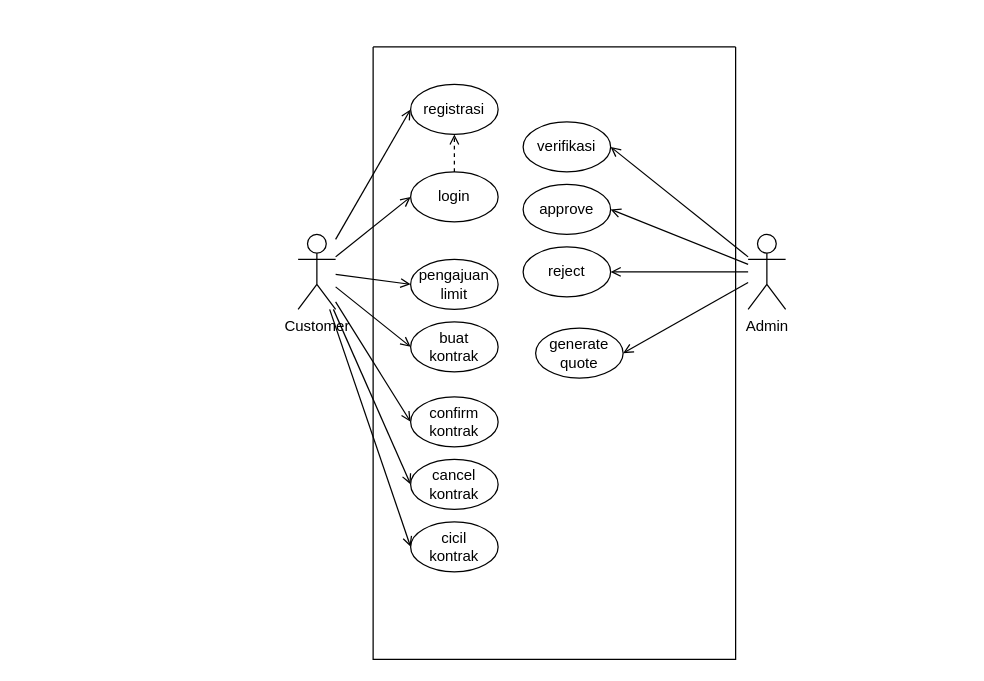
Above: page "use case" (1 of 5) of docs/docs.drawio in skyespirates/sikmatek (draw.io), before the change. Source tidied: cells renumbered, new cells numbered last; positions are measured from the earlier drawing's top-left corner, leaving out a move shared by most shapes. Both pictures are drawn from the tidied source at 125%, with x=0, y=0 at pixel (298, 46).
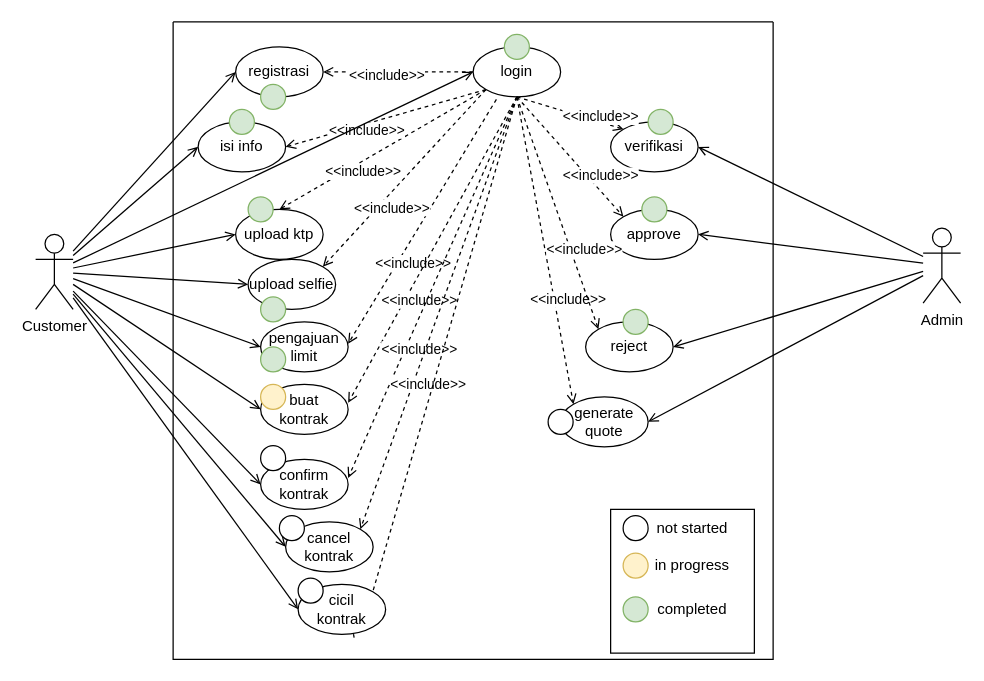
After the change.

What changed in the source:
```diff
@@
+    <mxCell id="10" style="swimlane;startSize=0;" parent="1" vertex="1">
+      <mxGeometry x="-100" y="-20" width="480" height="510" as="geometry" />
+    </mxCell>
+    <mxCell id="11" value="registrasi" style="ellipse;whiteSpace=wrap;html=1;" parent="10" vertex="1">
+      <mxGeometry x="50" y="20" width="70" height="40" as="geometry" />
+    </mxCell>
+    <mxCell id="12" value="pengajuan&lt;br&gt;limit" style="ellipse;whiteSpace=wrap;html=1;" parent="10" vertex="1">
+      <mxGeometry x="70" y="240" width="70" height="40" as="geometry" />
+    </mxCell>
+    <mxCell id="13" value="buat&lt;br&gt;kontrak" style="ellipse;whiteSpace=wrap;html=1;" parent="10" vertex="1">
+      <mxGeometry x="70" y="290" width="70" height="40" as="geometry" />
+    </mxCell>
+    <mxCell id="14" value="verifikasi" style="ellipse;whiteSpace=wrap;html=1;" parent="10" vertex="1">
+      <mxGeometry x="350" y="80" width="70" height="40" as="geometry" />
+    </mxCell>
+    <mxCell id="16" style="edgeStyle=none;rounded=0;jettySize=auto;html=1;endArrow=open;endFill=0;dashed=1;" parent="10" edge="1" source="17" target="11">
+      <mxGeometry relative="1" as="geometry" />
+    </mxCell>
+    <mxCell id="28" value="&amp;lt;&amp;lt;include&amp;gt;&amp;gt;" style="edgeLabel;html=1;align=center;verticalAlign=middle;" parent="16" vertex="1">
+      <mxGeometry x="0.32" y="2" relative="1" as="geometry">
+        <mxPoint x="9" as="offset" />
+      </mxGeometry>
+    </mxCell>
+    <mxCell id="17" value="login" style="ellipse;whiteSpace=wrap;html=1;" parent="10" vertex="1">
+      <mxGeometry x="240" y="20" width="70" height="40" as="geometry" />
+    </mxCell>
+    <mxCell id="18" value="reject" style="ellipse;whiteSpace=wrap;html=1;" parent="10" vertex="1">
+      <mxGeometry x="330" y="240" width="70" height="40" as="geometry" />
+    </mxCell>
+    <mxCell id="19" value="generate&lt;br&gt;quote" style="ellipse;whiteSpace=wrap;html=1;" parent="10" vertex="1">
+      <mxGeometry x="310" y="300" width="70" height="40" as="geometry" />
+    </mxCell>
+    <mxCell id="20" value="confirm kontrak" style="ellipse;whiteSpace=wrap;html=1;" parent="10" vertex="1">
+      <mxGeometry x="70" y="350" width="70" height="40" as="geometry" />
+    </mxCell>
+    <mxCell id="21" value="cancel kontrak" style="ellipse;whiteSpace=wrap;html=1;" parent="10" vertex="1">
+      <mxGeometry x="90" y="400" width="70" height="40" as="geometry" />
+    </mxCell>
+    <mxCell id="29" value="upload ktp" style="ellipse;whiteSpace=wrap;html=1;" parent="10" vertex="1">
+      <mxGeometry x="50" y="150" width="70" height="40" as="geometry" />
+    </mxCell>
+    <mxCell id="30" style="edgeStyle=none;rounded=0;jettySize=auto;html=1;endArrow=open;endFill=0;dashed=1;exitX=0;exitY=1;exitDx=0;exitDy=0;entryX=0.5;entryY=0;entryDx=0;entryDy=0;" parent="10" edge="1" source="17" target="29">
+      <mxGeometry relative="1" as="geometry" />
+    </mxCell>
+    <mxCell id="31" value="&amp;lt;&amp;lt;include&amp;gt;&amp;gt;" style="edgeLabel;html=1;align=center;verticalAlign=middle;" parent="30" vertex="1">
+      <mxGeometry x="0.32" y="2" relative="1" as="geometry">
+        <mxPoint x="9" as="offset" />
+      </mxGeometry>
+    </mxCell>
+    <mxCell id="32" style="edgeStyle=none;rounded=0;jettySize=auto;html=1;endArrow=open;endFill=0;dashed=1;exitX=0.266;exitY=1.05;exitDx=0;exitDy=0;entryX=0.5;entryY=0;entryDx=0;entryDy=0;exitPerimeter=0;" parent="10" edge="1" source="17">
+      <mxGeometry relative="1" as="geometry">
+        <mxPoint x="140" y="257.5" as="targetPoint" />
+      </mxGeometry>
+    </mxCell>
+    <mxCell id="33" value="&amp;lt;&amp;lt;include&amp;gt;&amp;gt;" style="edgeLabel;html=1;align=center;verticalAlign=middle;" parent="32" vertex="1">
+      <mxGeometry x="0.32" y="2" relative="1" as="geometry">
+        <mxPoint x="9" as="offset" />
+      </mxGeometry>
+    </mxCell>
+    <mxCell id="34" style="edgeStyle=none;rounded=0;jettySize=auto;html=1;endArrow=open;endFill=0;dashed=1;exitX=0.5;exitY=1;exitDx=0;exitDy=0;entryX=0.5;entryY=0;entryDx=0;entryDy=0;" parent="10" edge="1" source="17">
+      <mxGeometry relative="1" as="geometry">
+        <mxPoint x="140" y="304.8" as="targetPoint" />
+      </mxGeometry>
+    </mxCell>
+    <mxCell id="35" value="&amp;lt;&amp;lt;include&amp;gt;&amp;gt;" style="edgeLabel;html=1;align=center;verticalAlign=middle;" parent="34" vertex="1">
+      <mxGeometry x="0.32" y="2" relative="1" as="geometry">
+        <mxPoint x="9" as="offset" />
+      </mxGeometry>
+    </mxCell>
+    <mxCell id="36" style="edgeStyle=none;rounded=0;jettySize=auto;html=1;endArrow=open;endFill=0;dashed=1;exitX=0.5;exitY=1;exitDx=0;exitDy=0;entryX=0.5;entryY=0;entryDx=0;entryDy=0;" parent="10" edge="1" source="17">
+      <mxGeometry relative="1" as="geometry">
+        <mxPoint x="140" y="364.8" as="targetPoint" />
+      </mxGeometry>
+    </mxCell>
+    <mxCell id="37" value="&amp;lt;&amp;lt;include&amp;gt;&amp;gt;" style="edgeLabel;html=1;align=center;verticalAlign=middle;" parent="36" vertex="1">
+      <mxGeometry x="0.32" y="2" relative="1" as="geometry">
+        <mxPoint x="9" as="offset" />
+      </mxGeometry>
+    </mxCell>
+    <mxCell id="38" style="edgeStyle=none;rounded=0;jettySize=auto;html=1;endArrow=open;endFill=0;dashed=1;exitX=0.5;exitY=1;exitDx=0;exitDy=0;entryX=1;entryY=0;entryDx=0;entryDy=0;" parent="10" edge="1" source="17" target="21">
+      <mxGeometry relative="1" as="geometry" />
+    </mxCell>
+    <mxCell id="39" value="&amp;lt;&amp;lt;include&amp;gt;&amp;gt;" style="edgeLabel;html=1;align=center;verticalAlign=middle;" parent="38" vertex="1">
+      <mxGeometry x="0.32" y="2" relative="1" as="geometry">
+        <mxPoint x="9" as="offset" />
+      </mxGeometry>
+    </mxCell>
+    <mxCell id="40" style="edgeStyle=none;rounded=0;jettySize=auto;html=1;endArrow=open;endFill=0;dashed=1;exitX=0.64;exitY=1.067;exitDx=0;exitDy=0;entryX=0.5;entryY=0;entryDx=0;entryDy=0;exitPerimeter=0;startArrow=none;" parent="10" edge="1" source="22">
+      <mxGeometry relative="1" as="geometry">
+        <mxPoint x="140" y="464.8" as="targetPoint" />
+      </mxGeometry>
+    </mxCell>
+    <mxCell id="22" value="cicil&lt;br&gt;kontrak" style="ellipse;whiteSpace=wrap;html=1;" parent="10" vertex="1">
+      <mxGeometry x="100" y="450" width="70" height="40" as="geometry" />
+    </mxCell>
+    <mxCell id="41" style="edgeStyle=none;rounded=0;jettySize=auto;html=1;endArrow=none;endFill=0;dashed=1;exitX=0.5;exitY=1;exitDx=0;exitDy=0;entryX=1;entryY=0;entryDx=0;entryDy=0;" parent="10" edge="1" source="17" target="22">
+      <mxGeometry relative="1" as="geometry" />
+    </mxCell>
+    <mxCell id="42" style="edgeStyle=none;rounded=0;jettySize=auto;html=1;endArrow=open;endFill=0;dashed=1;exitX=0.5;exitY=1;exitDx=0;exitDy=0;entryX=0;entryY=0;entryDx=0;entryDy=0;" parent="10" edge="1" source="17" target="14">
+      <mxGeometry relative="1" as="geometry" />
+    </mxCell>
+    <mxCell id="43" value="&amp;lt;&amp;lt;include&amp;gt;&amp;gt;" style="edgeLabel;html=1;align=center;verticalAlign=middle;" parent="42" vertex="1">
+      <mxGeometry x="0.32" y="2" relative="1" as="geometry">
+        <mxPoint x="9" as="offset" />
+      </mxGeometry>
+    </mxCell>
+    <mxCell id="44" style="edgeStyle=none;rounded=0;jettySize=auto;html=1;endArrow=open;endFill=0;dashed=1;entryX=0;entryY=0;entryDx=0;entryDy=0;exitX=0.5;exitY=1;exitDx=0;exitDy=0;" parent="10" edge="1" source="17" target="15">
+      <mxGeometry relative="1" as="geometry" />
+    </mxCell>
+    <mxCell id="45" value="&amp;lt;&amp;lt;include&amp;gt;&amp;gt;" style="edgeLabel;html=1;align=center;verticalAlign=middle;" parent="44" vertex="1">
+      <mxGeometry x="0.32" y="2" relative="1" as="geometry">
+        <mxPoint x="9" as="offset" />
+      </mxGeometry>
+    </mxCell>
+    <mxCell id="46" style="edgeStyle=none;rounded=0;jettySize=auto;html=1;endArrow=open;endFill=0;dashed=1;entryX=0;entryY=0;entryDx=0;entryDy=0;exitX=0.5;exitY=1;exitDx=0;exitDy=0;" parent="10" edge="1" source="17" target="19">
+      <mxGeometry relative="1" as="geometry" />
+    </mxCell>
+    <mxCell id="47" value="&amp;lt;&amp;lt;include&amp;gt;&amp;gt;" style="edgeLabel;html=1;align=center;verticalAlign=middle;" parent="46" vertex="1">
+      <mxGeometry x="0.32" y="2" relative="1" as="geometry">
+        <mxPoint x="9" as="offset" />
+      </mxGeometry>
+    </mxCell>
+    <mxCell id="15" value="approve" style="ellipse;whiteSpace=wrap;html=1;" parent="10" vertex="1">
+      <mxGeometry x="350" y="150" width="70" height="40" as="geometry" />
+    </mxCell>
+    <mxCell id="48" style="edgeStyle=none;rounded=0;jettySize=auto;html=1;endArrow=open;endFill=0;dashed=1;entryX=0;entryY=0;entryDx=0;entryDy=0;exitX=0.5;exitY=1;exitDx=0;exitDy=0;" parent="10" edge="1" source="17" target="18">
+      <mxGeometry relative="1" as="geometry" />
+    </mxCell>
+    <mxCell id="49" value="&amp;lt;&amp;lt;include&amp;gt;&amp;gt;" style="edgeLabel;html=1;align=center;verticalAlign=middle;" parent="48" vertex="1">
+      <mxGeometry x="0.32" y="2" relative="1" as="geometry">
+        <mxPoint x="9" as="offset" />
+      </mxGeometry>
+    </mxCell>
+    <mxCell id="50" value="upload selfie" style="ellipse;whiteSpace=wrap;html=1;" parent="10" vertex="1">
+      <mxGeometry x="60" y="190" width="70" height="40" as="geometry" />
+    </mxCell>
+    <mxCell id="51" style="edgeStyle=none;rounded=0;jettySize=auto;html=1;endArrow=open;endFill=0;dashed=1;exitX=0;exitY=1;exitDx=0;exitDy=0;entryX=1;entryY=0;entryDx=0;entryDy=0;" parent="10" edge="1" source="17" target="50">
+      <mxGeometry relative="1" as="geometry" />
+    </mxCell>
+    <mxCell id="52" value="&amp;lt;&amp;lt;include&amp;gt;&amp;gt;" style="edgeLabel;html=1;align=center;verticalAlign=middle;" parent="51" vertex="1">
+      <mxGeometry x="0.32" y="2" relative="1" as="geometry">
+        <mxPoint x="9" as="offset" />
+      </mxGeometry>
+    </mxCell>
+    <mxCell id="53" style="ellipse;whiteSpace=wrap;html=1;fillColor=#d5e8d4;strokeColor=#82b366;" parent="10" vertex="1">
+      <mxGeometry x="70" y="50" width="20" height="20" as="geometry" />
+    </mxCell>
+    <mxCell id="54" style="ellipse;whiteSpace=wrap;html=1;fillColor=#d5e8d4;strokeColor=#82b366;" parent="10" vertex="1">
+      <mxGeometry x="265" y="10" width="20" height="20" as="geometry" />
+    </mxCell>
+    <mxCell id="55" style="ellipse;whiteSpace=wrap;html=1;fillColor=#d5e8d4;strokeColor=#82b366;" parent="10" vertex="1">
+      <mxGeometry x="360" y="230" width="20" height="20" as="geometry" />
+    </mxCell>
+    <mxCell id="56" style="ellipse;whiteSpace=wrap;html=1;fillColor=#d5e8d4;strokeColor=#82b366;" parent="10" vertex="1">
+      <mxGeometry x="375" y="140" width="20" height="20" as="geometry" />
+    </mxCell>
+    <mxCell id="57" style="ellipse;whiteSpace=wrap;html=1;fillColor=#d5e8d4;strokeColor=#82b366;" parent="10" vertex="1">
+      <mxGeometry x="70" y="260" width="20" height="20" as="geometry" />
+    </mxCell>
+    <mxCell id="58" value="isi info" style="ellipse;whiteSpace=wrap;html=1;" parent="10" vertex="1">
+      <mxGeometry x="20" y="80" width="70" height="40" as="geometry" />
+    </mxCell>
+    <mxCell id="59" style="edgeStyle=none;rounded=0;jettySize=auto;html=1;endArrow=open;endFill=0;dashed=1;entryX=1;entryY=0.5;entryDx=0;entryDy=0;exitX=0;exitY=1;exitDx=0;exitDy=0;" parent="10" edge="1" source="17" target="58">
+      <mxGeometry relative="1" as="geometry" />
+    </mxCell>
+    <mxCell id="60" value="&amp;lt;&amp;lt;include&amp;gt;&amp;gt;" style="edgeLabel;html=1;align=center;verticalAlign=middle;" parent="59" vertex="1">
+      <mxGeometry x="0.32" y="2" relative="1" as="geometry">
+        <mxPoint x="9" as="offset" />
+      </mxGeometry>
+    </mxCell>
+    <mxCell id="61" style="ellipse;whiteSpace=wrap;html=1;fillColor=#d5e8d4;strokeColor=#82b366;" parent="10" vertex="1">
+      <mxGeometry x="60" y="140" width="20" height="20" as="geometry" />
+    </mxCell>
+    <mxCell id="62" style="ellipse;whiteSpace=wrap;html=1;fillColor=#d5e8d4;strokeColor=#82b366;" parent="10" vertex="1">
+      <mxGeometry x="70" y="220" width="20" height="20" as="geometry" />
+    </mxCell>
+    <mxCell id="63" style="ellipse;whiteSpace=wrap;html=1;fillColor=#d5e8d4;strokeColor=#82b366;" parent="10" vertex="1">
+      <mxGeometry x="45" y="70" width="20" height="20" as="geometry" />
+    </mxCell>
+    <mxCell id="64" style="ellipse;whiteSpace=wrap;html=1;fillColor=#d5e8d4;strokeColor=#82b366;" parent="10" vertex="1">
+      <mxGeometry x="380" y="70" width="20" height="20" as="geometry" />
+    </mxCell>
+    <mxCell id="65" style="ellipse;whiteSpace=wrap;html=1;fillColor=#fff2cc;strokeColor=#d6b656;" parent="10" vertex="1">
+      <mxGeometry x="70" y="290" width="20" height="20" as="geometry" />
+    </mxCell>
+    <mxCell id="66" style="ellipse;whiteSpace=wrap;html=1;" parent="10" vertex="1">
+      <mxGeometry x="70" y="339" width="20" height="20" as="geometry" />
+    </mxCell>
+    <mxCell id="67" style="ellipse;whiteSpace=wrap;html=1;" parent="10" vertex="1">
+      <mxGeometry x="85" y="395" width="20" height="20" as="geometry" />
+    </mxCell>
+    <mxCell id="68" style="ellipse;whiteSpace=wrap;html=1;" parent="10" vertex="1">
+      <mxGeometry x="100" y="445" width="20" height="20" as="geometry" />
+    </mxCell>
+    <mxCell id="69" style="ellipse;whiteSpace=wrap;html=1;" parent="10" vertex="1">
+      <mxGeometry x="300" y="310" width="20" height="20" as="geometry" />
+    </mxCell>
+    <mxCell id="70" style="whiteSpace=wrap;html=1;" parent="10" vertex="1">
+      <mxGeometry x="350" y="390" width="115" height="115" as="geometry" />
+    </mxCell>
+    <mxCell id="71" style="ellipse;whiteSpace=wrap;html=1;" parent="10" vertex="1">
+      <mxGeometry x="360" y="395" width="20" height="20" as="geometry" />
+    </mxCell>
+    <mxCell id="72" value="not started" style="text;html=1;align=center;verticalAlign=middle;strokeColor=none;fillColor=none;" parent="10" vertex="1">
+      <mxGeometry x="380" y="395" width="70" height="20" as="geometry" />
+    </mxCell>
+    <mxCell id="73" style="ellipse;whiteSpace=wrap;html=1;fillColor=#fff2cc;strokeColor=#d6b656;" parent="10" vertex="1">
+      <mxGeometry x="360" y="425" width="20" height="20" as="geometry" />
+    </mxCell>
+    <mxCell id="74" value="in progress" style="text;html=1;align=center;verticalAlign=middle;strokeColor=none;fillColor=none;" parent="10" vertex="1">
+      <mxGeometry x="380" y="425" width="70" height="20" as="geometry" />
+    </mxCell>
+    <mxCell id="75" style="ellipse;whiteSpace=wrap;html=1;fillColor=#d5e8d4;strokeColor=#82b366;" parent="10" vertex="1">
+      <mxGeometry x="360" y="460" width="20" height="20" as="geometry" />
+    </mxCell>
+    <mxCell id="76" value="completed" style="text;html=1;align=center;verticalAlign=middle;strokeColor=none;fillColor=none;" parent="10" vertex="1">
+      <mxGeometry x="380" y="460" width="70" height="20" as="geometry" />
+    </mxCell>
@@
+    <mxCell id="77" style="edgeStyle=none;rounded=0;jettySize=auto;html=1;entryX=0;entryY=0.5;entryDx=0;entryDy=0;endArrow=open;endFill=0;" parent="1" edge="1" source="9" target="29">
+      <mxGeometry relative="1" as="geometry" />
+    </mxCell>
+    <mxCell id="78" style="edgeStyle=none;rounded=0;jettySize=auto;html=1;entryX=0;entryY=0.5;entryDx=0;entryDy=0;endArrow=open;endFill=0;" parent="1" edge="1" source="9" target="50">
+      <mxGeometry relative="1" as="geometry" />
+    </mxCell>
+    <mxCell id="79" style="rounded=0;jettySize=auto;html=1;entryX=0;entryY=0.5;entryDx=0;entryDy=0;endArrow=open;endFill=0;" parent="1" edge="1" source="9" target="58">
+      <mxGeometry relative="1" as="geometry" />
+    </mxCell>
     <mxCell id="9" value="Customer" style="shape=umlActor;verticalLabelPosition=bottom;verticalAlign=top;html=1;" parent="1" vertex="1">
-      <mxGeometry y="150" width="30" height="60" as="geometry" />
+      <mxGeometry x="-210" y="150" width="30" height="60" as="geometry" />
     </mxCell>
-    <mxCell id="10" style="swimlane;startSize=0;" parent="1" vertex="1">
-      <mxGeometry x="60" width="290" height="490" as="geometry" />
-    </mxCell>
-    <mxCell id="11" value="registrasi" style="ellipse;whiteSpace=wrap;html=1;" parent="10" vertex="1">
-      <mxGeometry x="30" y="30" width="70" height="40" as="geometry" />
-    </mxCell>
-    <mxCell id="12" value="pengajuan&lt;br&gt;limit" style="ellipse;whiteSpace=wrap;html=1;" parent="10" vertex="1">
-      <mxGeometry x="30" y="170" width="70" height="40" as="geometry" />
-    </mxCell>
-    <mxCell id="13" value="buat&lt;br&gt;kontrak" style="ellipse;whiteSpace=wrap;html=1;" parent="10" vertex="1">
-      <mxGeometry x="30" y="220" width="70" height="40" as="geometry" />
-    </mxCell>
-    <mxCell id="14" value="verifikasi" style="ellipse;whiteSpace=wrap;html=1;" parent="10" vertex="1">
-      <mxGeometry x="120" y="60" width="70" height="40" as="geometry" />
-    </mxCell>
-    <mxCell id="15" value="approve" style="ellipse;whiteSpace=wrap;html=1;" parent="10" vertex="1">
-      <mxGeometry x="120" y="110" width="70" height="40" as="geometry" />
-    </mxCell>
-    <mxCell id="16" style="edgeStyle=none;rounded=0;jettySize=auto;html=1;endArrow=open;endFill=0;dashed=1;" parent="10" edge="1" source="17" target="11">
-      <mxGeometry relative="1" as="geometry" />
-    </mxCell>
-    <mxCell id="17" value="login" style="ellipse;whiteSpace=wrap;html=1;" parent="10" vertex="1">
-      <mxGeometry x="30" y="100" width="70" height="40" as="geometry" />
-    </mxCell>
-    <mxCell id="18" value="reject" style="ellipse;whiteSpace=wrap;html=1;" parent="10" vertex="1">
-      <mxGeometry x="120" y="160" width="70" height="40" as="geometry" />
-    </mxCell>
-    <mxCell id="19" value="generate&lt;br&gt;quote" style="ellipse;whiteSpace=wrap;html=1;" parent="10" vertex="1">
-      <mxGeometry x="130" y="225" width="70" height="40" as="geometry" />
-    </mxCell>
-    <mxCell id="20" value="confirm kontrak" style="ellipse;whiteSpace=wrap;html=1;" parent="10" vertex="1">
-      <mxGeometry x="30" y="280" width="70" height="40" as="geometry" />
-    </mxCell>
-    <mxCell id="21" value="cancel kontrak" style="ellipse;whiteSpace=wrap;html=1;" parent="10" vertex="1">
-      <mxGeometry x="30" y="330" width="70" height="40" as="geometry" />
-    </mxCell>
-    <mxCell id="22" value="cicil&lt;br&gt;kontrak" style="ellipse;whiteSpace=wrap;html=1;" parent="10" vertex="1">
-      <mxGeometry x="30" y="380" width="70" height="40" as="geometry" />
-    </mxCell>
@@
     <mxCell id="27" value="Admin" style="shape=umlActor;verticalLabelPosition=bottom;verticalAlign=top;html=1;" parent="1" vertex="1">
-      <mxGeometry x="360" y="150" width="30" height="60" as="geometry" />
+      <mxGeometry x="500" y="145" width="30" height="60" as="geometry" />
     </mxCell>
```
